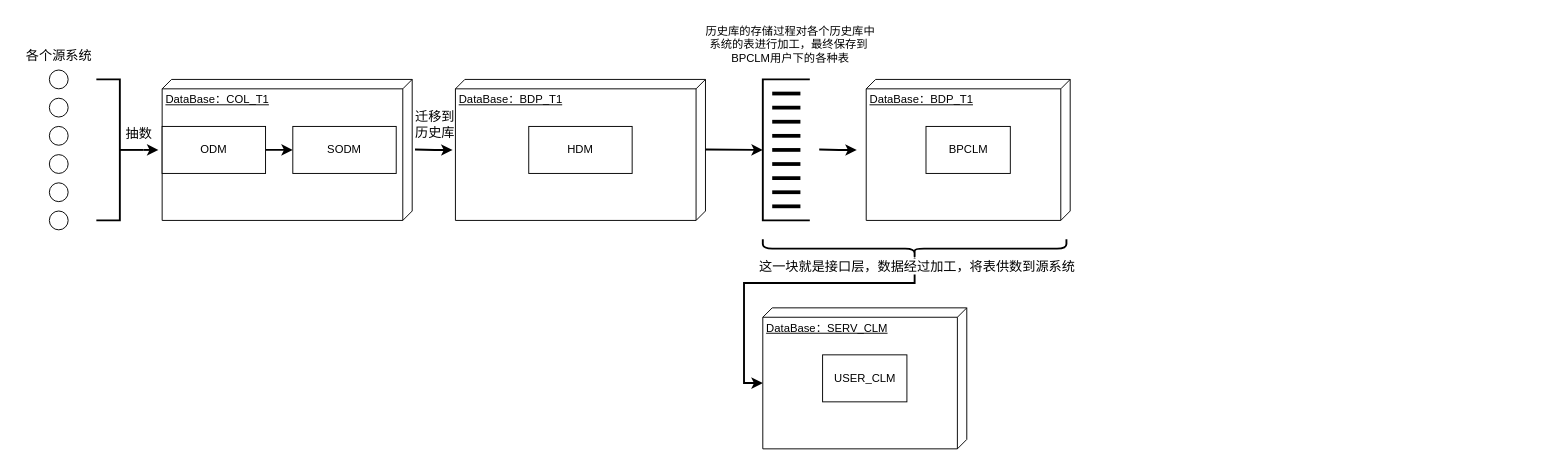
The draw.io diagram 未命名绘图1.drawio in Xu-ShengJie/iodraw-files, before the edit. Source tidied: cells renumbered, new cells numbered last; positions are measured from the earlier drawing's top-left corner, leaving out a move shared by most shapes. Both pictures are drawn from the tidied source at 94%, with x=0, y=0 at pixel (16, 16).
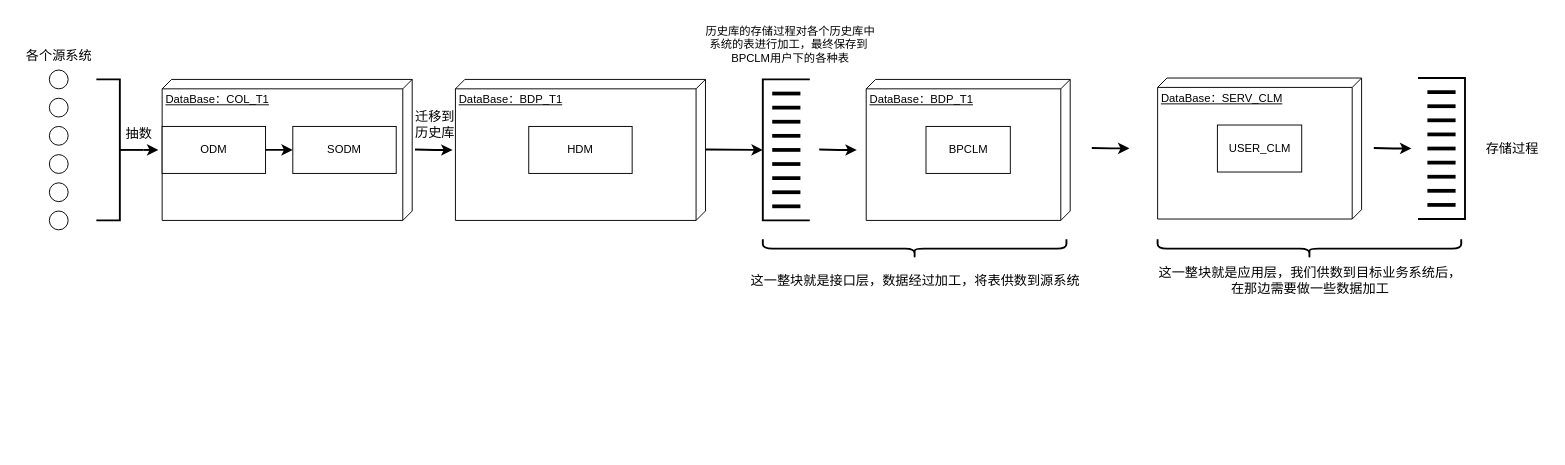
The same page after the edit.

Commit message:
更新未命名绘图1.drawio

The change refers to these unchanged cells:
```xml
<mxCell id="40" style="shape=curlyBracket;whiteSpace=wrap;html=1;rounded=1;labelPosition=left;verticalLabelPosition=middle;align=right;verticalAlign=middle;rotation=-90;strokeWidth=2;" parent="1" vertex="1">
  <mxGeometry x="945.5" y="85.5" width="20" height="323" as="geometry" />
</mxCell>
<mxCell id="42" value="DataBase：SERV_CLM&lt;div&gt;&lt;div&gt;&lt;br&gt;&lt;/div&gt;&lt;/div&gt;" style="verticalAlign=top;align=left;spacingTop=8;spacingLeft=2;spacingRight=12;shape=cube;size=10;direction=south;fontStyle=4;html=1;whiteSpace=wrap;" parent="41" vertex="1">
  <mxGeometry width="217" height="150" as="geometry" />
</mxCell>
```

Change to the diagram source:
```diff
@@
     <mxCell id="41" style="group;" parent="1" vertex="1">
-      <mxGeometry x="794" y="310" width="217" height="150" as="geometry" />
+      <mxGeometry x="1214" y="65.5" width="217" height="150" as="geometry" />
     </mxCell>
@@
-    <mxCell id="44" style="edgeStyle=orthogonalEdgeStyle;rounded=0;jettySize=auto;html=1;entryX=0;entryY=0;entryDx=80;entryDy=217;entryPerimeter=0;strokeWidth=2;" parent="1" edge="1" source="40" target="42">
-      <mxGeometry relative="1" as="geometry" />
-    </mxCell>
-    <mxCell id="45" value="&lt;font style=&quot;font-size: 14px;&quot;&gt;这一块就是接口层，数据经过加工，将表供数到源系统&lt;/font&gt;" style="edgeLabel;html=1;align=center;verticalAlign=middle;" parent="44" vertex="1">
-      <mxGeometry x="-0.95" y="2" relative="1" as="geometry" />
-    </mxCell>
+    <mxCell id="46" style="group;rotation=-180;" parent="1" vertex="1">
+      <mxGeometry x="1491" y="65.5" width="50" height="150" as="geometry" />
+    </mxCell>
+    <mxCell id="47" style="strokeWidth=2;html=1;shape=mxgraph.flowchart.annotation_1;align=left;rotation=-180;" parent="46" vertex="1">
+      <mxGeometry width="50" height="150" as="geometry" />
+    </mxCell>
+    <mxCell id="48" style="line;strokeWidth=4;html=1;perimeter=backbonePerimeter;rotation=-180;" parent="46" vertex="1">
+      <mxGeometry x="10" y="130" width="30" height="10" as="geometry" />
+    </mxCell>
+    <mxCell id="49" style="line;strokeWidth=4;html=1;perimeter=backbonePerimeter;flipH=1;flipV=1;rotation=-180;" parent="46" vertex="1">
+      <mxGeometry x="10" y="115" width="30" height="10" as="geometry" />
+    </mxCell>
+    <mxCell id="50" style="line;strokeWidth=4;html=1;perimeter=backbonePerimeter;flipH=1;flipV=1;rotation=-180;" parent="46" vertex="1">
+      <mxGeometry x="10" y="100" width="30" height="10" as="geometry" />
+    </mxCell>
+    <mxCell id="51" style="line;strokeWidth=4;html=1;perimeter=backbonePerimeter;flipH=1;flipV=1;rotation=-180;" parent="46" vertex="1">
+      <mxGeometry x="10" y="85" width="30" height="10" as="geometry" />
+    </mxCell>
+    <mxCell id="52" style="line;strokeWidth=4;html=1;perimeter=backbonePerimeter;flipH=1;flipV=1;rotation=-180;" parent="46" vertex="1">
+      <mxGeometry x="10" y="70" width="30" height="10" as="geometry" />
+    </mxCell>
+    <mxCell id="53" style="line;strokeWidth=4;html=1;perimeter=backbonePerimeter;flipH=1;flipV=1;rotation=-180;" parent="46" vertex="1">
+      <mxGeometry x="10" y="55" width="30" height="10" as="geometry" />
+    </mxCell>
+    <mxCell id="54" style="line;strokeWidth=4;html=1;perimeter=backbonePerimeter;flipH=1;flipV=1;rotation=-180;" parent="46" vertex="1">
+      <mxGeometry x="10" y="40" width="30" height="10" as="geometry" />
+    </mxCell>
+    <mxCell id="55" style="line;strokeWidth=4;html=1;perimeter=backbonePerimeter;flipH=1;flipV=1;rotation=-180;" parent="46" vertex="1">
+      <mxGeometry x="10" y="25" width="30" height="10" as="geometry" />
+    </mxCell>
+    <mxCell id="56" style="line;strokeWidth=4;html=1;perimeter=backbonePerimeter;flipH=1;flipV=1;rotation=-180;" parent="46" vertex="1">
+      <mxGeometry x="10" y="10" width="30" height="10" as="geometry" />
+    </mxCell>
+    <mxCell id="57" style="shape=curlyBracket;whiteSpace=wrap;html=1;rounded=1;labelPosition=left;verticalLabelPosition=middle;align=right;verticalAlign=middle;rotation=-90;strokeWidth=2;" parent="1" vertex="1">
+      <mxGeometry x="1365.5" y="85.5" width="20" height="323" as="geometry" />
+    </mxCell>
+    <mxCell id="58" value="&lt;font style=&quot;font-size: 14px;&quot;&gt;这一整块就是应用层，我们供数到目标业务系统后，&lt;/font&gt;&lt;div&gt;&lt;font style=&quot;font-size: 14px;&quot;&gt;在那边需要做一些数据加工&lt;/font&gt;&lt;/div&gt;" style="text;html=1;align=center;verticalAlign=middle;strokeColor=none;fillColor=none;" parent="1" vertex="1">
+      <mxGeometry x="1200.5" y="255.5" width="350" height="50" as="geometry" />
+    </mxCell>
+    <mxCell id="59" style="edgeStyle=orthogonalEdgeStyle;rounded=0;orthogonalLoop=1;jettySize=auto;html=1;exitX=0;exitY=0.5;exitDx=0;exitDy=0;exitPerimeter=0;strokeWidth=2;" parent="1" edge="1">
+      <mxGeometry relative="1" as="geometry">
+        <mxPoint x="1444" y="140" as="sourcePoint" />
+        <mxPoint x="1484" y="140.4" as="targetPoint" />
+      </mxGeometry>
+    </mxCell>
+    <mxCell id="60" value="&lt;font style=&quot;font-size: 14px;&quot;&gt;存储过程&lt;/font&gt;" style="text;html=1;align=center;verticalAlign=middle;strokeColor=none;fillColor=none;" parent="1" vertex="1">
+      <mxGeometry x="1550.5" y="125.5" width="80" height="30" as="geometry" />
+    </mxCell>
+    <mxCell id="61" value="&lt;span style=&quot;font-size: 14px; background-color: rgb(255, 255, 255);&quot;&gt;这一整块就是接口层，数据经过加工，将表供数到源系统&lt;/span&gt;" style="text;html=1;align=center;verticalAlign=middle;strokeColor=none;fillColor=none;" parent="1" vertex="1">
+      <mxGeometry x="770.5" y="265.5" width="370" height="30" as="geometry" />
+    </mxCell>
+    <mxCell id="62" style="edgeStyle=orthogonalEdgeStyle;rounded=0;orthogonalLoop=1;jettySize=auto;html=1;exitX=0;exitY=0.5;exitDx=0;exitDy=0;exitPerimeter=0;strokeWidth=2;" parent="1" edge="1">
+      <mxGeometry relative="1" as="geometry">
+        <mxPoint x="1144" y="139.9" as="sourcePoint" />
+        <mxPoint x="1184" y="140.3" as="targetPoint" />
+      </mxGeometry>
+    </mxCell>
```
